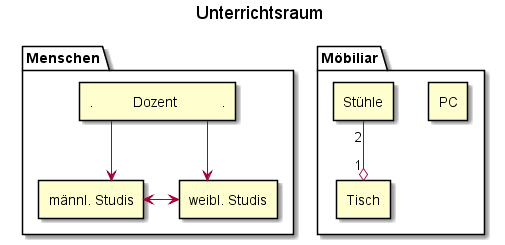
importPI19fromDHGE/plantumltemplates keeps this PlantUML diagram as Unterrichtsraum/unterrichtsraum.png. Above is the earlier version. The source it was exported from:
```plantuml
@startuml

skinparam linetype ortho
top to bottom direction
title Unterrichtsraum

package "Menschen" as H{
rectangle ".          Dozent           ." as D
rectangle "männl. Studis" as ms
rectangle "weibl. Studis" as ws
D -down-> ms
D -down->ws
ms <-> ws
}

package "Möbiliar" as M{
rectangle "PC" as PC
rectangle "Stühle" as S
rectangle "Tisch" as T
}
S "2" -down-o "1" T

@enduml
```
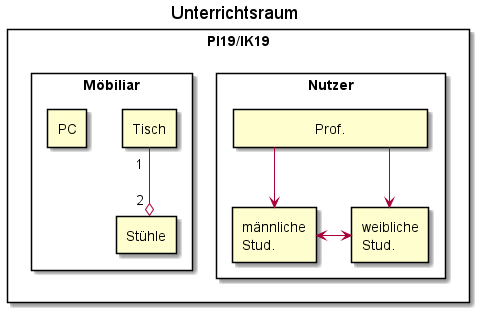
After the change.

Commit message:
recreate missing diagram

The edit, as a diff of the source:
```diff
@@ -1,23 +1,24 @@
-@startuml
+@startuml unterrichtsraum
 
-skinparam linetype ortho
-top to bottom direction
 title Unterrichtsraum
 
-package "Menschen" as H{
-rectangle ".          Dozent           ." as D
-rectangle "männl. Studis" as ms
-rectangle "weibl. Studis" as ws
-D -down-> ms
-D -down->ws
-ms <-> ws
+skinparam Linetype ortho
+
+rectangle "PI19/IK19"{
+	rectangle Nutzer as N{
+		rectangle "                  Prof.                  " as P
+		rectangle "männliche\nStud." as M
+		rectangle "weibliche\nStud." as W
+		P -down-> W
+		P -down-> M
+		M <-right-> W
+	}
+	rectangle Möbiliar as X{
+		rectangle "Stühle" as S
+		rectangle "Tisch" as T
+		rectangle "PC" as PC
+		S "2 " o-up- "1 " T
+	}
 }
 
-package "Möbiliar" as M{
-rectangle "PC" as PC
-rectangle "Stühle" as S
-rectangle "Tisch" as T
-}
-S "2" -down-o "1" T
-
 @enduml
```
